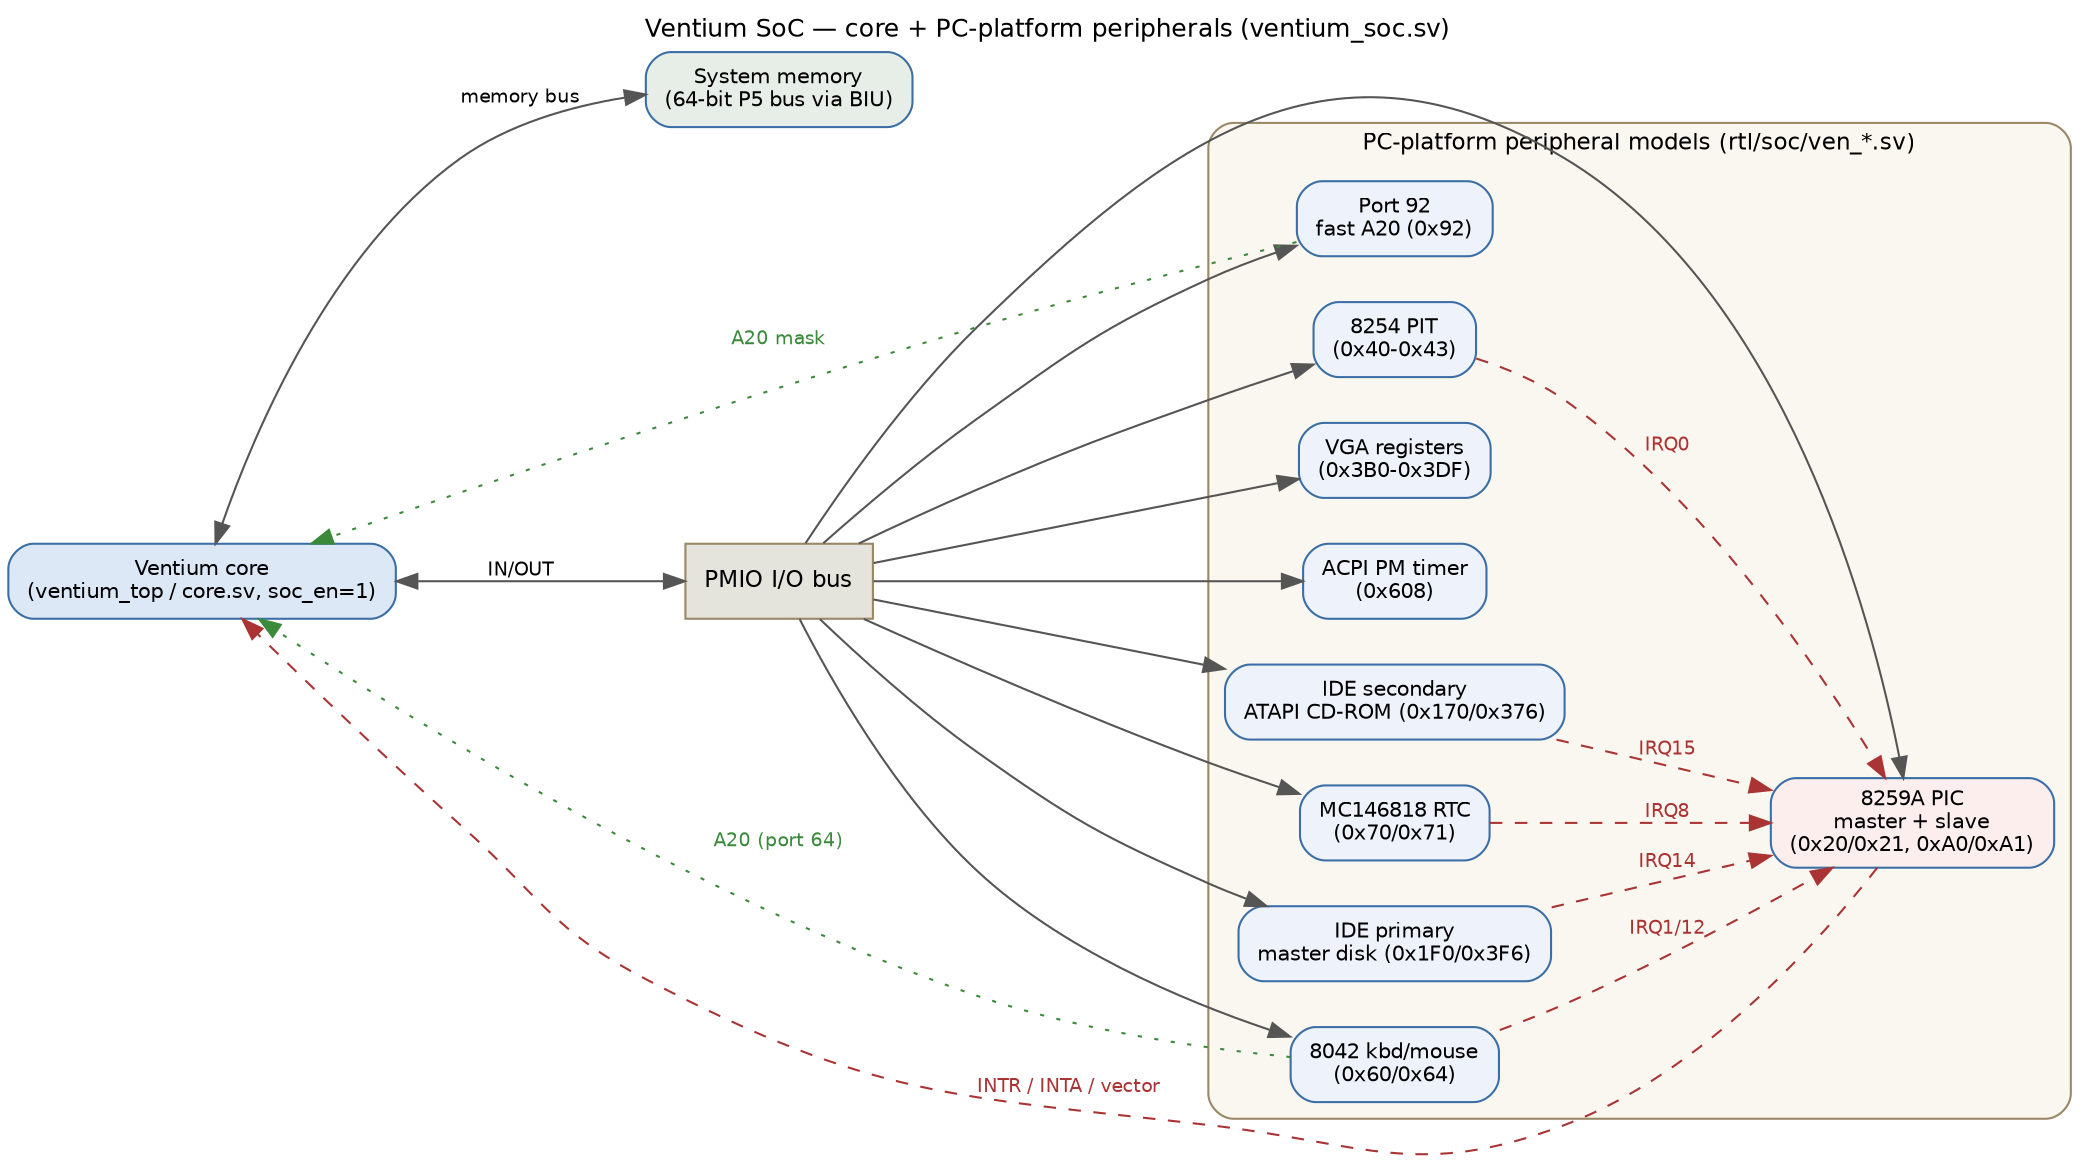
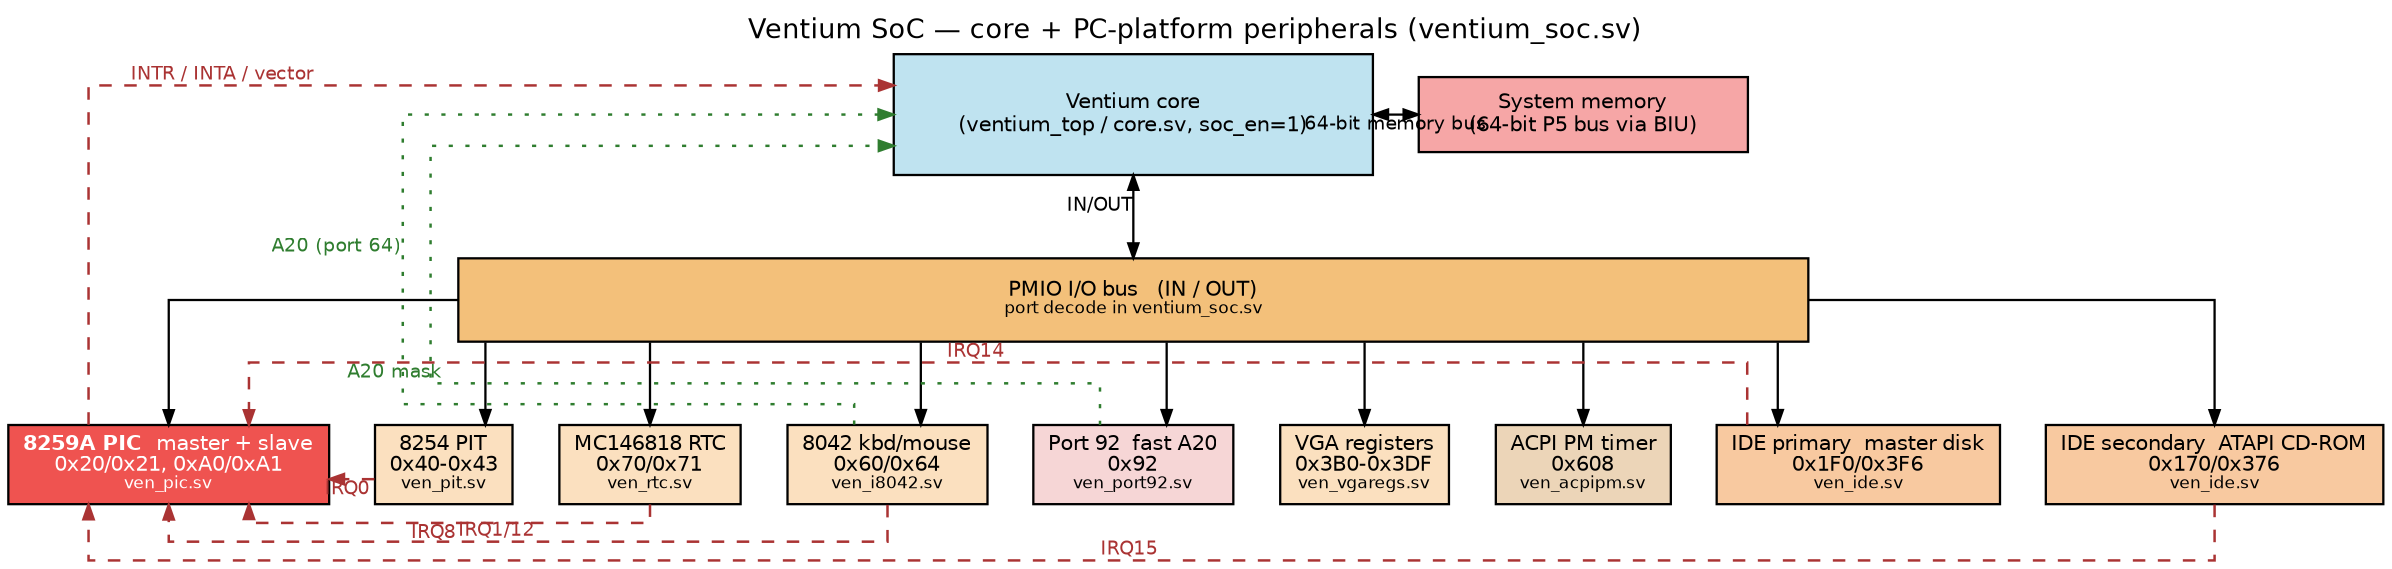
- // Ventium SoC integration — the core plus the PC-platform peripheral set.
- // Rendered by sphinx.ext.graphviz into docs/sphinx/architecture.rst.
+ // Ventium SoC — drawn in the Pentium-manual block-diagram style (top-down,
+ // square boxes, orthogonal connectors) to match the core diagram. The core sits
+ // on the memory bus and the PMIO I/O bus; the ven_* peripheral models tap the
+ // PMIO bus, and device IRQs funnel through the 8259A PIC to the core.
digraph ventium_soc {
-   rankdir=LR;
-   graph [fontname="Helvetica", fontsize=12, labelloc=t,
+   rankdir=TB;
+   splines=ortho;
+   graph [fontname="Helvetica", fontsize=13, labelloc=t,
         label="Ventium SoC — core + PC-platform peripherals (ventium_soc.sv)",
-          nodesep=0.30, ranksep=0.85, bgcolor="white", splines=spline];
-   node  [shape=box, style="rounded,filled", fontname="Helvetica", fontsize=10,
-          fillcolor="#eef3fb", color="#3b6ea5", margin="0.12,0.07"];
-   edge  [fontname="Helvetica", fontsize=9, color="#555555"];
+          bgcolor="white", nodesep=0.30, ranksep=0.55];
+   node  [shape=box, style=filled, fontname="Helvetica", fontsize=10,
+          color="black", fillcolor="white", penwidth=1.1, margin="0.10,0.07"];
+   edge  [fontname="Helvetica", fontsize=9, color="black", arrowsize=0.7, penwidth=1.1];

-   core [label="Ventium core\n(ventium_top / core.sv, soc_en=1)", fillcolor="#dde8f7"];
-   mem  [label="System memory\n(64-bit P5 bus via BIU)", fillcolor="#e7eee7"];
-   pmio [label="PMIO I/O bus", shape=box, style="filled", fillcolor="#e4e4dc",
-         color="#998866", fontsize=11];
+   // ---- core + memory ----
+   core [label="Ventium core\n(ventium_top / core.sv, soc_en=1)", fillcolor="#bfe3f0",
+         width=3.2, height=0.8];
+   mem  [label="System memory\n(64-bit P5 bus via BIU)", fillcolor="#f6a6a6", width=2.2];

-   // ---- programmed-I/O peripherals ----
-   subgraph cluster_pmio {
-     label="PC-platform peripheral models (rtl/soc/ven_*.sv)";
-     fontname="Helvetica"; fontsize=11;
-     style="rounded,filled"; fillcolor="#faf7f0"; color="#998866";
-     pic  [label="8259A PIC\nmaster + slave\n(0x20/0x21, 0xA0/0xA1)", fillcolor="#fdeeee"];
-     pit  [label="8254 PIT\n(0x40-0x43)"];
-     rtc  [label="MC146818 RTC\n(0x70/0x71)"];
-     kbd  [label="8042 kbd/mouse\n(0x60/0x64)"];
-     p92  [label="Port 92\nfast A20 (0x92)"];
-     vga  [label="VGA registers\n(0x3B0-0x3DF)"];
-     acpi [label="ACPI PM timer\n(0x608)"];
-     ide1 [label="IDE primary\nmaster disk (0x1F0/0x3F6)"];
-     ide2 [label="IDE secondary\nATAPI CD-ROM (0x170/0x376)"];
-   }
+   // ---- the PMIO I/O bus (wide bar, like the Control Unit) ----
+   pmio [label=<PMIO I/O bus &#160;&#160;(IN / OUT)<BR/><FONT POINT-SIZE="8">port decode in ventium_soc.sv</FONT>>, fillcolor="#f3c07a", width=9.0, height=0.55];
+ 
+   // ---- peripheral models (rtl/soc/ven_*.sv) ----
+   pic  [label=<<B>8259A PIC</B>  master + slave<BR/>0x20/0x21, 0xA0/0xA1<BR/><FONT POINT-SIZE="8">ven_pic.sv</FONT>>, fillcolor="#ef5350", fontcolor="white"];
+   pit  [label=<8254 PIT<BR/>0x40-0x43<BR/><FONT POINT-SIZE="8">ven_pit.sv</FONT>>, fillcolor="#fbe0bf"];
+   rtc  [label=<MC146818 RTC<BR/>0x70/0x71<BR/><FONT POINT-SIZE="8">ven_rtc.sv</FONT>>, fillcolor="#fbe0bf"];
+   kbd  [label=<8042 kbd/mouse<BR/>0x60/0x64<BR/><FONT POINT-SIZE="8">ven_i8042.sv</FONT>>, fillcolor="#fbe0bf"];
+   p92  [label=<Port 92  fast A20<BR/>0x92<BR/><FONT POINT-SIZE="8">ven_port92.sv</FONT>>, fillcolor="#f6d6d6"];
+   vga  [label=<VGA registers<BR/>0x3B0-0x3DF<BR/><FONT POINT-SIZE="8">ven_vgaregs.sv</FONT>>, fillcolor="#fbe0bf"];
+   acpi [label=<ACPI PM timer<BR/>0x608<BR/><FONT POINT-SIZE="8">ven_acpipm.sv</FONT>>, fillcolor="#ecd5b8"];
+   ide1 [label=<IDE primary  master disk<BR/>0x1F0/0x3F6<BR/><FONT POINT-SIZE="8">ven_ide.sv</FONT>>, fillcolor="#f8c9a0"];
+   ide2 [label=<IDE secondary  ATAPI CD-ROM<BR/>0x170/0x376<BR/><FONT POINT-SIZE="8">ven_ide.sv</FONT>>, fillcolor="#f8c9a0"];
+ 
+   // ---- ranks ----
+   { rank=same; core; mem; }
+   { rank=same; pic; pit; rtc; kbd; p92; vga; acpi; ide1; ide2; }

  // ---- buses ----
-   core -> mem  [dir=both, label="memory bus"];
-   core -> pmio [dir=both, label="IN/OUT"];
-   pmio -> pic;  pmio -> pit;  pmio -> rtc;  pmio -> kbd;
-   pmio -> p92;  pmio -> vga;  pmio -> acpi; pmio -> ide1; pmio -> ide2;
+   core -> pmio [dir=both, xlabel="IN/OUT"];
+   core -> mem  [dir=both, xlabel="64-bit memory bus", constraint=false];
+   pmio -> pic;  pmio -> pit;  pmio -> rtc;  pmio -> kbd;  pmio -> p92;
+   pmio -> vga;  pmio -> acpi; pmio -> ide1; pmio -> ide2;

-   // ---- interrupt delivery ----
-   edge [color="#aa3333", fontcolor="#aa3333", style=dashed];
-   pit  -> pic [label="IRQ0"];
-   kbd  -> pic [label="IRQ1/12"];
-   rtc  -> pic [label="IRQ8"];
-   ide1 -> pic [label="IRQ14"];
-   ide2 -> pic [label="IRQ15"];
-   pic  -> core [label="INTR / INTA / vector"];
+   // keep the peripheral row in port order (invisible)
+   pic -> pit -> rtc -> kbd -> p92 -> vga -> acpi -> ide1 -> ide2 [style=invis];
+ 
+   // ---- interrupt delivery (8259A) ----
+   edge [color="#aa3333", fontcolor="#aa3333", style=dashed, constraint=false, penwidth=1.2];
+   pit  -> pic [xlabel="IRQ0"];
+   kbd  -> pic [xlabel="IRQ1/12"];
+   rtc  -> pic [xlabel="IRQ8"];
+   ide1 -> pic [xlabel="IRQ14"];
+   ide2 -> pic [xlabel="IRQ15"];
+   pic  -> core [xlabel="INTR / INTA / vector"];

  // ---- A20 mask ----
-   edge [color="#3b8a3b", fontcolor="#3b8a3b", style=dotted];
-   p92 -> core [label="A20 mask"];
-   kbd -> core [label="A20 (port 64)"];
+   edge [color="#2f7d2f", fontcolor="#2f7d2f", style=dotted, constraint=false, penwidth=1.2];
+   p92 -> core [xlabel="A20 mask"];
+   kbd -> core [xlabel="A20 (port 64)"];
}
